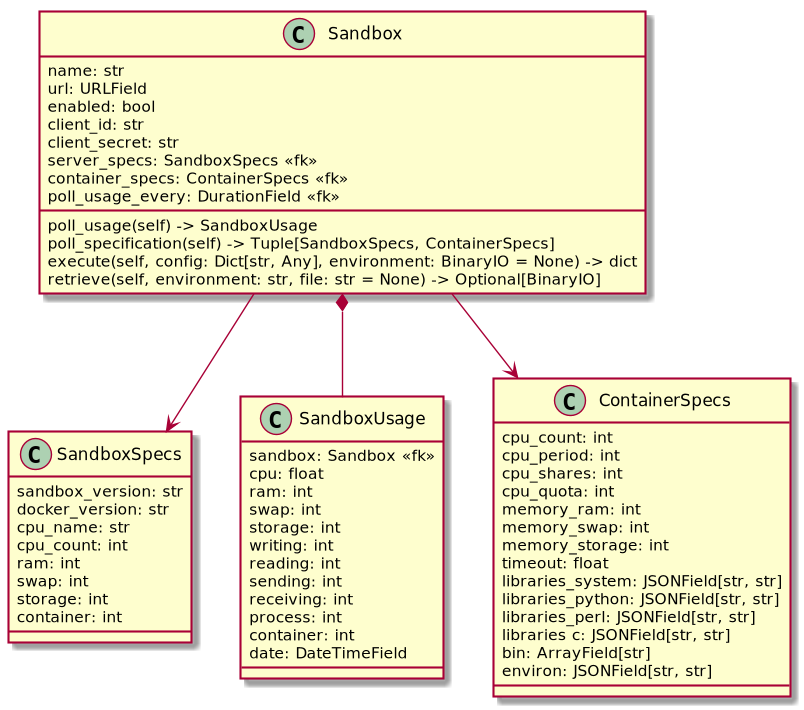
The PlantUML diagram diagrammes/standalone/sandbox/sandbox.png in PremierLangage/platon-conception, before a commit.
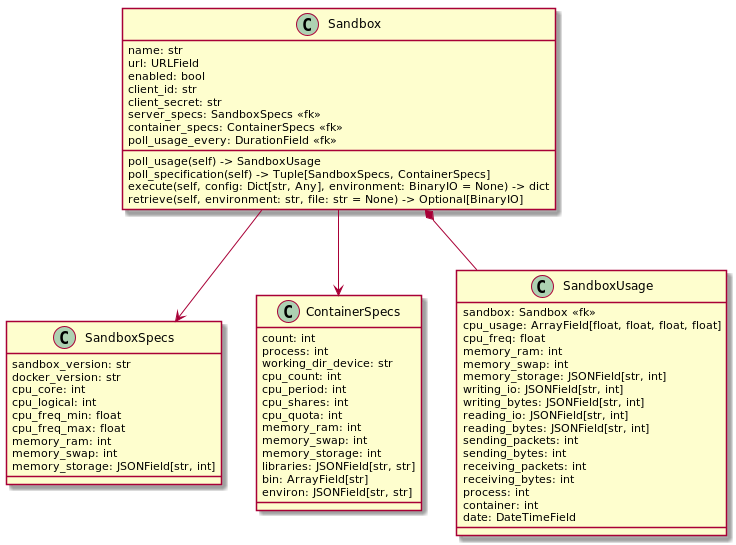
After the commit.

Commit message:
Update Sandbox according to latest API

Change to the diagram source:
```diff
@@ -3,32 +3,19 @@
 class SandboxSpecs {
     sandbox_version: str
     docker_version: str
-    cpu_name: str
-    cpu_count: int
-    ram: int
-    swap: int
-    storage: int
-    container: int
+    cpu_core: int
+    cpu_logical: int
+    cpu_freq_min: float
+    cpu_freq_max: float
+    memory_ram: int
+    memory_swap: int
+    memory_storage: JSONField[str, int]
 }
 
-
-class SandboxUsage {
-    sandbox: Sandbox <<fk>>
-    cpu: float
-    ram: int
-    swap: int
-    storage: int
-    writing: int
-    reading: int
-    sending: int
-    receiving: int
+class ContainerSpecs {
+    count: int
     process: int
-    container: int
-    date: DateTimeField
-}
-
-
-class ContainerSpecs {
+    working_dir_device: str
     cpu_count: int
     cpu_period: int
     cpu_shares: int
@@ -36,15 +23,30 @@
     memory_ram: int
     memory_swap: int
     memory_storage: int
-    timeout: float
-    libraries_system: JSONField[str, str]
-    libraries_python: JSONField[str, str]
-    libraries_perl: JSONField[str, str]
-    libraries c: JSONField[str, str]
+    libraries: JSONField[str, str]
     bin: ArrayField[str]
     environ: JSONField[str, str]
 }
 
+class SandboxUsage {
+    sandbox: Sandbox <<fk>>
+    cpu_usage: ArrayField[float, float, float, float]
+    cpu_freq: float
+    memory_ram: int
+    memory_swap: int
+    memory_storage: JSONField[str, int]
+    writing_io: JSONField[str, int]
+    writing_bytes: JSONField[str, int]
+    reading_io: JSONField[str, int]
+    reading_bytes: JSONField[str, int]
+    sending_packets: int
+    sending_bytes: int
+    receiving_packets: int
+    receiving_bytes: int
+    process: int
+    container: int
+    date: DateTimeField
+}
 
 class Sandbox {
     name: str
```
